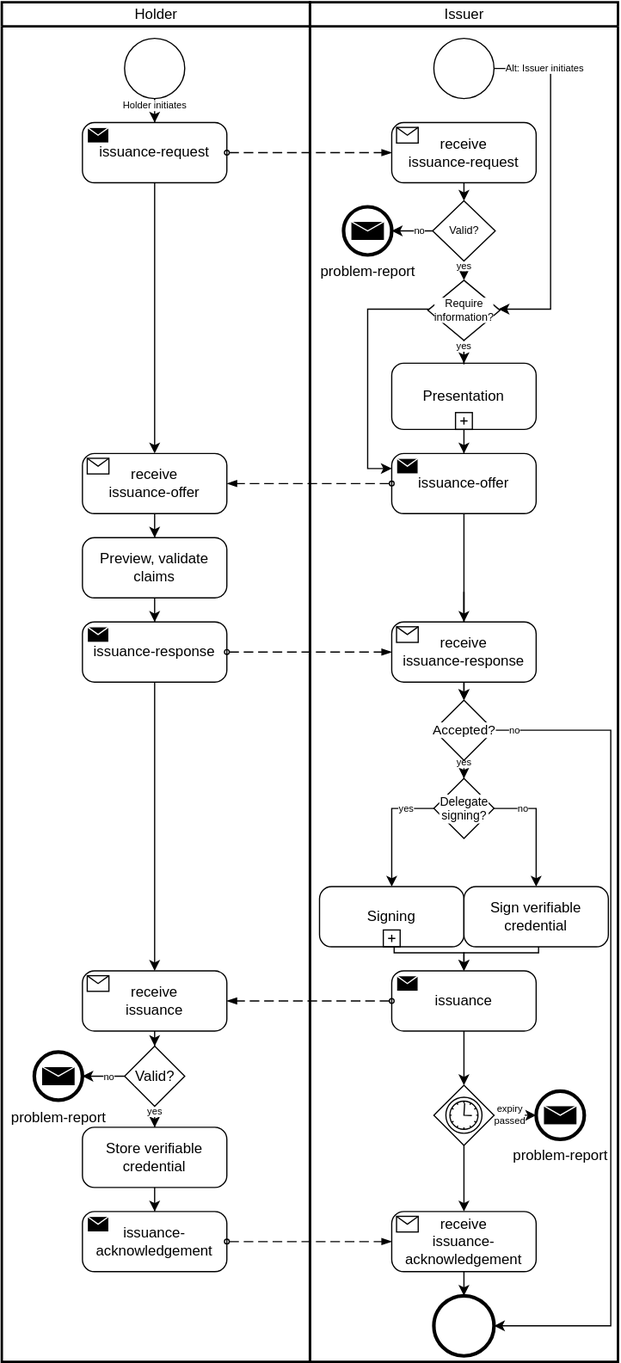
iotaledger/identity.rs keeps this draw.io diagram as documentation/static/img/didcomm/issuance.drawio.svg. Above is the earlier version. Source tidied: cells renumbered, new cells last; positions are measured from the earlier drawing's top-left corner, leaving out a move shared by most shapes.
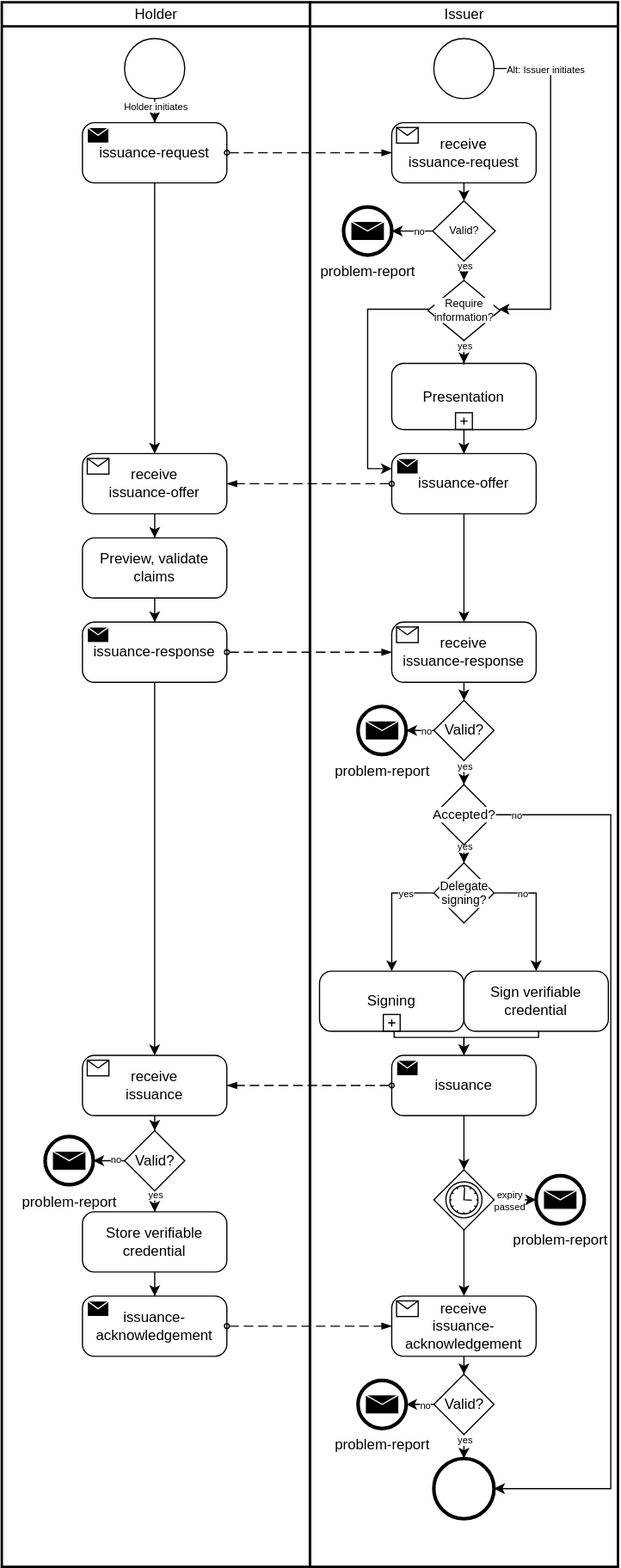
After the change.

Commit message:
further problem reports

Change to the diagram source:
```diff
@@ -3,7 +3,7 @@
     <mxCell id="0" />
     <mxCell id="1" parent="0" />
     <mxCell id="2" value="Issuer" style="swimlane;html=1;startSize=20;fontStyle=0;horizontal=1;swimlaneLine=1;strokeWidth=2;swimlaneFillColor=#ffffff;" parent="1" vertex="1">
-      <mxGeometry x="256" width="256" height="1130" as="geometry" />
+      <mxGeometry x="256" width="256" height="1300" as="geometry" />
     </mxCell>
     <mxCell id="3" style="points=[[0.145,0.145,0],[0.5,0,0],[0.855,0.145,0],[1,0.5,0],[0.855,0.855,0],[0.5,1,0],[0.145,0.855,0],[0,0.5,0]];shape=mxgraph.bpmn.event;html=1;verticalLabelPosition=bottom;labelBackgroundColor=#ffffff;verticalAlign=top;align=center;perimeter=ellipsePerimeter;outlineConnect=0;outline=standard;symbol=general;" parent="2" vertex="1">
       <mxGeometry x="103" y="30" width="50" height="50" as="geometry" />
@@ -32,18 +32,8 @@
         <mxPoint x="-6" y="-3" as="offset" />
       </mxGeometry>
     </mxCell>
-    <mxCell id="8" style="edgeStyle=orthogonalEdgeStyle;rounded=0;jettySize=auto;html=1;entryX=0.5;entryY=0;entryDx=0;entryDy=0;entryPerimeter=0;" parent="2" edge="1" target="16">
-      <mxGeometry relative="1" as="geometry">
-        <mxPoint x="128" y="490" as="sourcePoint" />
-      </mxGeometry>
-    </mxCell>
-    <mxCell id="9" style="edgeStyle=orthogonalEdgeStyle;rounded=0;jettySize=auto;html=1;" parent="2" edge="1" target="16">
-      <mxGeometry relative="1" as="geometry">
-        <mxPoint x="128" y="490" as="sourcePoint" />
-      </mxGeometry>
-    </mxCell>
     <mxCell id="10" value="issuance" style="points=[[0.25,0,0],[0.5,0,0],[0.75,0,0],[1,0.25,0],[1,0.5,0],[1,0.75,0],[0.75,1,0],[0.5,1,0],[0.25,1,0],[0,0.75,0],[0,0.5,0],[0,0.25,0]];shape=mxgraph.bpmn.task;whiteSpace=wrap;rectStyle=rounded;size=10;taskMarker=send;" parent="2" vertex="1">
-      <mxGeometry x="68" y="805" width="120" height="50" as="geometry" />
+      <mxGeometry x="68" y="875" width="120" height="50" as="geometry" />
     </mxCell>
     <mxCell id="11" style="edgeStyle=orthogonalEdgeStyle;rounded=0;jettySize=auto;html=1;" parent="2" edge="1" source="16" target="38">
       <mxGeometry relative="1" as="geometry" />
@@ -59,8 +49,8 @@
     <mxCell id="14" style="edgeStyle=orthogonalEdgeStyle;rounded=0;jettySize=auto;html=1;entryX=1;entryY=0.5;entryDx=0;entryDy=0;entryPerimeter=0;fontSize=10;exitX=1;exitY=0.5;exitDx=0;exitDy=0;exitPerimeter=0;" parent="2" edge="1" source="16" target="27">
       <mxGeometry relative="1" as="geometry">
         <Array as="points">
-          <mxPoint x="250" y="605" />
-          <mxPoint x="250" y="1100" />
+          <mxPoint x="250" y="675" />
+          <mxPoint x="250" y="1235" />
         </Array>
       </mxGeometry>
     </mxCell>
@@ -70,8 +60,16 @@
       </mxGeometry>
     </mxCell>
     <mxCell id="16" value="Accepted?" style="points=[[0.25,0.25,0],[0.5,0,0],[0.75,0.25,0],[1,0.5,0],[0.75,0.75,0],[0.5,1,0],[0.25,0.75,0],[0,0.5,0]];shape=mxgraph.bpmn.gateway2;html=1;verticalLabelPosition=middle;labelBackgroundColor=#ffffff;verticalAlign=middle;align=center;perimeter=rhombusPerimeter;outlineConnect=0;outline=none;symbol=none;fillColor=#ffffff;labelPosition=center;fontSize=11;" parent="2" vertex="1">
-      <mxGeometry x="103" y="580" width="50" height="50" as="geometry" />
+      <mxGeometry x="103" y="650" width="50" height="50" as="geometry" />
     </mxCell>
+    <mxCell id="79" style="edgeStyle=orthogonalEdgeStyle;rounded=0;jettySize=auto;html=1;fontSize=8;" parent="2" edge="1" source="17" target="90">
+      <mxGeometry relative="1" as="geometry">
+        <Array as="points">
+          <mxPoint x="128" y="570" />
+          <mxPoint x="128" y="570" />
+        </Array>
+      </mxGeometry>
+    </mxCell>
     <mxCell id="17" value="receive &#10;issuance-response" style="points=[[0.25,0,0],[0.5,0,0],[0.75,0,0],[1,0.25,0],[1,0.5,0],[1,0.75,0],[0.75,1,0],[0.5,1,0],[0.25,1,0],[0,0.75,0],[0,0.5,0],[0,0.25,0]];shape=mxgraph.bpmn.task;whiteSpace=wrap;rectStyle=rounded;size=10;taskMarker=receive;" parent="2" vertex="1">
       <mxGeometry x="68" y="515" width="120" height="50" as="geometry" />
     </mxCell>
@@ -108,35 +106,35 @@
       <mxGeometry x="68" y="375" width="120" height="50" as="geometry" />
     </mxCell>
     <mxCell id="27" style="points=[[0.145,0.145,0],[0.5,0,0],[0.855,0.145,0],[1,0.5,0],[0.855,0.855,0],[0.5,1,0],[0.145,0.855,0],[0,0.5,0]];shape=mxgraph.bpmn.event;html=1;verticalLabelPosition=bottom;labelBackgroundColor=#ffffff;verticalAlign=top;align=center;perimeter=ellipsePerimeter;outlineConnect=0;outline=end;symbol=terminate2;" parent="2" vertex="1">
-      <mxGeometry x="103" y="1075" width="50" height="50" as="geometry" />
+      <mxGeometry x="103" y="1210" width="50" height="50" as="geometry" />
     </mxCell>
     <mxCell id="28" style="edgeStyle=orthogonalEdgeStyle;rounded=0;jettySize=auto;html=1;fontSize=8;" parent="2" edge="1" source="33" target="10">
       <mxGeometry relative="1" as="geometry">
         <Array as="points">
-          <mxPoint x="190" y="790" />
-          <mxPoint x="128" y="790" />
+          <mxPoint x="190" y="860" />
+          <mxPoint x="128" y="860" />
         </Array>
       </mxGeometry>
     </mxCell>
-    <mxCell id="29" style="edgeStyle=orthogonalEdgeStyle;rounded=0;jettySize=auto;html=1;fontSize=8;" parent="2" edge="1" source="30" target="27">
+    <mxCell id="29" style="edgeStyle=orthogonalEdgeStyle;rounded=0;jettySize=auto;html=1;fontSize=8;entryX=0.5;entryY=0;entryDx=0;entryDy=0;entryPerimeter=0;" parent="2" edge="1" source="30" target="84">
       <mxGeometry relative="1" as="geometry" />
     </mxCell>
     <mxCell id="30" value="receive &#10;issuance-acknowledgement" style="points=[[0.25,0,0],[0.5,0,0],[0.75,0,0],[1,0.25,0],[1,0.5,0],[1,0.75,0],[0.75,1,0],[0.5,1,0],[0.25,1,0],[0,0.75,0],[0,0.5,0],[0,0.25,0]];shape=mxgraph.bpmn.task;whiteSpace=wrap;rectStyle=rounded;size=10;taskMarker=receive;" parent="2" vertex="1">
-      <mxGeometry x="68" y="1005" width="120" height="50" as="geometry" />
+      <mxGeometry x="68" y="1075" width="120" height="50" as="geometry" />
     </mxCell>
     <mxCell id="31" style="edgeStyle=orthogonalEdgeStyle;rounded=0;jettySize=auto;html=1;fontSize=10;" parent="2" edge="1" source="32" target="10">
       <mxGeometry relative="1" as="geometry">
         <Array as="points">
-          <mxPoint x="70" y="790" />
-          <mxPoint x="128" y="790" />
+          <mxPoint x="70" y="860" />
+          <mxPoint x="128" y="860" />
         </Array>
       </mxGeometry>
     </mxCell>
     <mxCell id="32" value="Signing" style="points=[[0.25,0,0],[0.5,0,0],[0.75,0,0],[1,0.25,0],[1,0.5,0],[1,0.75,0],[0.75,1,0],[0.5,1,0],[0.25,1,0],[0,0.75,0],[0,0.5,0],[0,0.25,0]];shape=mxgraph.bpmn.task;whiteSpace=wrap;rectStyle=rounded;size=10;taskMarker=abstract;isLoopSub=1;" parent="2" vertex="1">
-      <mxGeometry x="8" y="735" width="120" height="50" as="geometry" />
+      <mxGeometry x="8" y="805" width="120" height="50" as="geometry" />
     </mxCell>
     <mxCell id="33" value="Sign verifiable credential" style="points=[[0.25,0,0],[0.5,0,0],[0.75,0,0],[1,0.25,0],[1,0.5,0],[1,0.75,0],[0.75,1,0],[0.5,1,0],[0.25,1,0],[0,0.75,0],[0,0.5,0],[0,0.25,0]];shape=mxgraph.bpmn.task;whiteSpace=wrap;rectStyle=rounded;size=10;taskMarker=abstract;fillColor=#ffffff;" parent="2" vertex="1">
-      <mxGeometry x="128" y="735" width="120" height="50" as="geometry" />
+      <mxGeometry x="128" y="805" width="120" height="50" as="geometry" />
     </mxCell>
     <mxCell id="34" style="edgeStyle=orthogonalEdgeStyle;rounded=0;jettySize=auto;html=1;fontSize=10;exitX=0;exitY=0.5;exitDx=0;exitDy=0;exitPerimeter=0;" parent="2" edge="1" source="38" target="32">
       <mxGeometry relative="1" as="geometry" />
@@ -155,7 +153,7 @@
       </mxGeometry>
     </mxCell>
     <mxCell id="38" value="Delegate &lt;br style=&quot;font-size: 10px;&quot;&gt;signing?" style="points=[[0.25,0.25,0],[0.5,0,0],[0.75,0.25,0],[1,0.5,0],[0.75,0.75,0],[0.5,1,0],[0.25,0.75,0],[0,0.5,0]];shape=mxgraph.bpmn.gateway2;html=1;verticalLabelPosition=middle;labelBackgroundColor=#ffffff;verticalAlign=middle;align=center;perimeter=rhombusPerimeter;outlineConnect=0;outline=none;symbol=none;fillColor=#ffffff;labelPosition=center;fontSize=10;" parent="2" vertex="1">
-      <mxGeometry x="103" y="645" width="50" height="50" as="geometry" />
+      <mxGeometry x="103" y="715" width="50" height="50" as="geometry" />
     </mxCell>
     <mxCell id="39" style="edgeStyle=orthogonalEdgeStyle;rounded=0;jettySize=auto;html=1;fontSize=8;" parent="2" edge="1" source="43" target="44">
       <mxGeometry relative="1" as="geometry">
@@ -202,13 +200,65 @@
       </mxGeometry>
     </mxCell>
     <mxCell id="49" style="points=[[0.25,0.25,0],[0.5,0,0],[0.75,0.25,0],[1,0.5,0],[0.75,0.75,0],[0.5,1,0],[0.25,0.75,0],[0,0.5,0]];shape=mxgraph.bpmn.gateway2;html=1;verticalLabelPosition=bottom;labelBackgroundColor=#ffffff;verticalAlign=top;align=center;perimeter=rhombusPerimeter;outlineConnect=0;outline=eventInt;symbol=timer;" parent="2" vertex="1">
-      <mxGeometry x="103" y="900" width="50" height="50" as="geometry" />
+      <mxGeometry x="103" y="970" width="50" height="50" as="geometry" />
     </mxCell>
     <mxCell id="50" value="problem-report" style="points=[[0.145,0.145,0],[0.5,0,0],[0.855,0.145,0],[1,0.5,0],[0.855,0.855,0],[0.5,1,0],[0.145,0.855,0],[0,0.5,0]];shape=mxgraph.bpmn.event;html=1;verticalLabelPosition=bottom;labelBackgroundColor=#ffffff;verticalAlign=top;align=center;perimeter=ellipsePerimeter;outlineConnect=0;outline=end;symbol=message;fillColor=#ffffff;" parent="2" vertex="1">
-      <mxGeometry x="188" y="905" width="40" height="40" as="geometry" />
+      <mxGeometry x="188" y="975" width="40" height="40" as="geometry" />
     </mxCell>
+    <mxCell id="80" style="edgeStyle=orthogonalEdgeStyle;rounded=0;jettySize=auto;html=1;entryX=0.5;entryY=0;entryDx=0;entryDy=0;entryPerimeter=0;" parent="2" edge="1" source="84" target="27">
+      <mxGeometry relative="1" as="geometry">
+        <Array as="points">
+          <mxPoint x="128" y="1210" />
+          <mxPoint x="128" y="1210" />
+        </Array>
+      </mxGeometry>
+    </mxCell>
+    <mxCell id="81" value="yes" style="edgeLabel;html=1;align=center;verticalAlign=middle;fontSize=8;" parent="80" vertex="1">
+      <mxGeometry x="-0.15" relative="1" as="geometry">
+        <mxPoint y="-4" as="offset" />
+      </mxGeometry>
+    </mxCell>
+    <mxCell id="82" style="edgeStyle=orthogonalEdgeStyle;rounded=0;jettySize=auto;html=1;entryX=1;entryY=0.5;entryDx=0;entryDy=0;entryPerimeter=0;" parent="2" edge="1" source="84" target="85">
+      <mxGeometry relative="1" as="geometry" />
+    </mxCell>
+    <mxCell id="83" value="no" style="edgeLabel;html=1;align=center;verticalAlign=middle;fontSize=8;" parent="82" vertex="1">
+      <mxGeometry x="-0.66" y="-1" relative="1" as="geometry">
+        <mxPoint x="2" y="1" as="offset" />
+      </mxGeometry>
+    </mxCell>
+    <mxCell id="84" value="Valid?" style="points=[[0.25,0.25,0],[0.5,0,0],[0.75,0.25,0],[1,0.5,0],[0.75,0.75,0],[0.5,1,0],[0.25,0.75,0],[0,0.5,0]];shape=mxgraph.bpmn.gateway2;html=1;verticalLabelPosition=middle;labelBackgroundColor=#ffffff;verticalAlign=middle;align=center;perimeter=rhombusPerimeter;outlineConnect=0;outline=none;symbol=none;fillColor=#ffffff;labelPosition=center;fontSize=12;" parent="2" vertex="1">
+      <mxGeometry x="103" y="1140" width="50" height="50" as="geometry" />
+    </mxCell>
+    <mxCell id="85" value="problem-report" style="points=[[0.145,0.145,0],[0.5,0,0],[0.855,0.145,0],[1,0.5,0],[0.855,0.855,0],[0.5,1,0],[0.145,0.855,0],[0,0.5,0]];shape=mxgraph.bpmn.event;html=1;verticalLabelPosition=bottom;labelBackgroundColor=#ffffff;verticalAlign=top;align=center;perimeter=ellipsePerimeter;outlineConnect=0;outline=end;symbol=message;fillColor=#ffffff;" parent="2" vertex="1">
+      <mxGeometry x="40" y="1145" width="40" height="40" as="geometry" />
+    </mxCell>
+    <mxCell id="86" style="edgeStyle=orthogonalEdgeStyle;rounded=0;jettySize=auto;html=1;fontSize=8;" parent="2" edge="1" source="90" target="16">
+      <mxGeometry relative="1" as="geometry" />
+    </mxCell>
+    <mxCell id="87" value="yes" style="edgeLabel;html=1;align=center;verticalAlign=middle;fontSize=8;" parent="86" vertex="1">
+      <mxGeometry x="0.5" y="-1" relative="1" as="geometry">
+        <mxPoint x="1" as="offset" />
+      </mxGeometry>
+    </mxCell>
+    <mxCell id="88" style="edgeStyle=orthogonalEdgeStyle;rounded=0;jettySize=auto;html=1;fontSize=8;" parent="2" edge="1" source="90" target="91">
+      <mxGeometry relative="1" as="geometry">
+        <Array as="points">
+          <mxPoint x="100" y="605" />
+          <mxPoint x="100" y="605" />
+        </Array>
+      </mxGeometry>
+    </mxCell>
+    <mxCell id="89" value="no" style="edgeLabel;html=1;align=center;verticalAlign=middle;fontSize=8;" parent="88" vertex="1">
+      <mxGeometry x="-0.43" relative="1" as="geometry" />
+    </mxCell>
+    <mxCell id="90" value="Valid?" style="points=[[0.25,0.25,0],[0.5,0,0],[0.75,0.25,0],[1,0.5,0],[0.75,0.75,0],[0.5,1,0],[0.25,0.75,0],[0,0.5,0]];shape=mxgraph.bpmn.gateway2;html=1;verticalLabelPosition=middle;labelBackgroundColor=#ffffff;verticalAlign=middle;align=center;perimeter=rhombusPerimeter;outlineConnect=0;outline=none;symbol=none;fillColor=#ffffff;labelPosition=center;fontSize=12;" parent="2" vertex="1">
+      <mxGeometry x="103" y="580" width="50" height="50" as="geometry" />
+    </mxCell>
+    <mxCell id="91" value="problem-report" style="points=[[0.145,0.145,0],[0.5,0,0],[0.855,0.145,0],[1,0.5,0],[0.855,0.855,0],[0.5,1,0],[0.145,0.855,0],[0,0.5,0]];shape=mxgraph.bpmn.event;html=1;verticalLabelPosition=bottom;labelBackgroundColor=#ffffff;verticalAlign=top;align=center;perimeter=ellipsePerimeter;outlineConnect=0;outline=end;symbol=message;fillColor=#ffffff;" parent="2" vertex="1">
+      <mxGeometry x="40" y="585" width="40" height="40" as="geometry" />
+    </mxCell>
     <mxCell id="51" value="Holder" style="swimlane;html=1;startSize=20;fontStyle=0;horizontal=1;swimlaneLine=1;strokeWidth=2;swimlaneFillColor=#ffffff;" parent="1" vertex="1">
-      <mxGeometry width="256" height="1130" as="geometry" />
+      <mxGeometry width="256" height="1300" as="geometry" />
     </mxCell>
     <mxCell id="52" style="edgeStyle=orthogonalEdgeStyle;rounded=0;jettySize=auto;html=1;entryX=0.5;entryY=0;entryDx=0;entryDy=0;entryPerimeter=0;" parent="51" edge="1" source="53" target="58">
       <mxGeometry relative="1" as="geometry" />
@@ -243,7 +293,7 @@
       <mxGeometry relative="1" as="geometry" />
     </mxCell>
     <mxCell id="62" value="receive &#10;issuance" style="points=[[0.25,0,0],[0.5,0,0],[0.75,0,0],[1,0.25,0],[1,0.5,0],[1,0.75,0],[0.75,1,0],[0.5,1,0],[0.25,1,0],[0,0.75,0],[0,0.5,0],[0,0.25,0]];shape=mxgraph.bpmn.task;whiteSpace=wrap;rectStyle=rounded;size=10;taskMarker=receive;" parent="51" vertex="1">
-      <mxGeometry x="67" y="805" width="120" height="50" as="geometry" />
+      <mxGeometry x="67" y="875" width="120" height="50" as="geometry" />
     </mxCell>
     <mxCell id="63" style="edgeStyle=orthogonalEdgeStyle;rounded=0;jettySize=auto;html=1;" parent="51" edge="1" source="64" target="62">
       <mxGeometry relative="1" as="geometry" />
@@ -256,31 +306,31 @@
     </mxCell>
     <mxCell id="66" value="yes" style="edgeLabel;html=1;align=center;verticalAlign=middle;fontSize=8;" parent="65" vertex="1">
       <mxGeometry x="-0.87" y="1" relative="1" as="geometry">
-        <mxPoint x="-1" as="offset" />
+        <mxPoint x="-1" y="-1" as="offset" />
       </mxGeometry>
     </mxCell>
     <mxCell id="67" value="Valid?" style="points=[[0.25,0.25,0],[0.5,0,0],[0.75,0.25,0],[1,0.5,0],[0.75,0.75,0],[0.5,1,0],[0.25,0.75,0],[0,0.5,0]];shape=mxgraph.bpmn.gateway2;html=1;verticalLabelPosition=middle;labelBackgroundColor=#ffffff;verticalAlign=middle;align=center;perimeter=rhombusPerimeter;outlineConnect=0;outline=none;symbol=none;fillColor=#ffffff;labelPosition=center;fontSize=12;" parent="51" vertex="1">
-      <mxGeometry x="102" y="867.5" width="50" height="50" as="geometry" />
+      <mxGeometry x="102" y="937.5" width="50" height="50" as="geometry" />
     </mxCell>
     <mxCell id="68" value="problem-report" style="points=[[0.145,0.145,0],[0.5,0,0],[0.855,0.145,0],[1,0.5,0],[0.855,0.855,0],[0.5,1,0],[0.145,0.855,0],[0,0.5,0]];shape=mxgraph.bpmn.event;html=1;verticalLabelPosition=bottom;labelBackgroundColor=#ffffff;verticalAlign=top;align=center;perimeter=ellipsePerimeter;outlineConnect=0;outline=end;symbol=message;fillColor=#ffffff;" parent="51" vertex="1">
-      <mxGeometry x="27" y="872.5" width="40" height="40" as="geometry" />
+      <mxGeometry x="36" y="942.5" width="40" height="40" as="geometry" />
     </mxCell>
     <mxCell id="69" style="edgeStyle=orthogonalEdgeStyle;rounded=0;jettySize=auto;html=1;fontFamily=Lucida Console;fontSize=11;" parent="51" edge="1" source="67" target="68">
       <mxGeometry relative="1" as="geometry" />
     </mxCell>
     <mxCell id="70" value="no" style="edgeLabel;html=1;align=center;verticalAlign=middle;fontSize=8;" parent="69" vertex="1">
       <mxGeometry x="-0.42" y="1" relative="1" as="geometry">
-        <mxPoint y="-1" as="offset" />
+        <mxPoint x="8" y="-2" as="offset" />
       </mxGeometry>
     </mxCell>
     <mxCell id="71" value="issuance-acknowledgement" style="points=[[0.25,0,0],[0.5,0,0],[0.75,0,0],[1,0.25,0],[1,0.5,0],[1,0.75,0],[0.75,1,0],[0.5,1,0],[0.25,1,0],[0,0.75,0],[0,0.5,0],[0,0.25,0]];shape=mxgraph.bpmn.task;whiteSpace=wrap;rectStyle=rounded;size=10;taskMarker=send;" parent="51" vertex="1">
-      <mxGeometry x="67" y="1005" width="120" height="50" as="geometry" />
+      <mxGeometry x="67" y="1075" width="120" height="50" as="geometry" />
     </mxCell>
     <mxCell id="72" style="edgeStyle=orthogonalEdgeStyle;rounded=0;jettySize=auto;html=1;fontSize=8;" parent="51" edge="1" source="73" target="71">
       <mxGeometry relative="1" as="geometry" />
     </mxCell>
     <mxCell id="73" value="Store verifiable credential" style="points=[[0.25,0,0],[0.5,0,0],[0.75,0,0],[1,0.25,0],[1,0.5,0],[1,0.75,0],[0.75,1,0],[0.5,1,0],[0.25,1,0],[0,0.75,0],[0,0.5,0],[0,0.25,0]];shape=mxgraph.bpmn.task;whiteSpace=wrap;rectStyle=rounded;size=10;taskMarker=abstract;fillColor=#ffffff;" parent="51" vertex="1">
-      <mxGeometry x="67" y="935" width="120" height="50" as="geometry" />
+      <mxGeometry x="67" y="1005" width="120" height="50" as="geometry" />
     </mxCell>
     <mxCell id="74" style="dashed=1;dashPattern=8 4;endArrow=blockThin;endFill=1;startArrow=oval;startFill=0;endSize=6;startSize=4;entryX=0;entryY=0.5;entryDx=0;entryDy=0;entryPerimeter=0;exitX=1;exitY=0.5;exitDx=0;exitDy=0;exitPerimeter=0;" parent="1" edge="1" source="53" target="5">
       <mxGeometry relative="1" as="geometry" />
```
